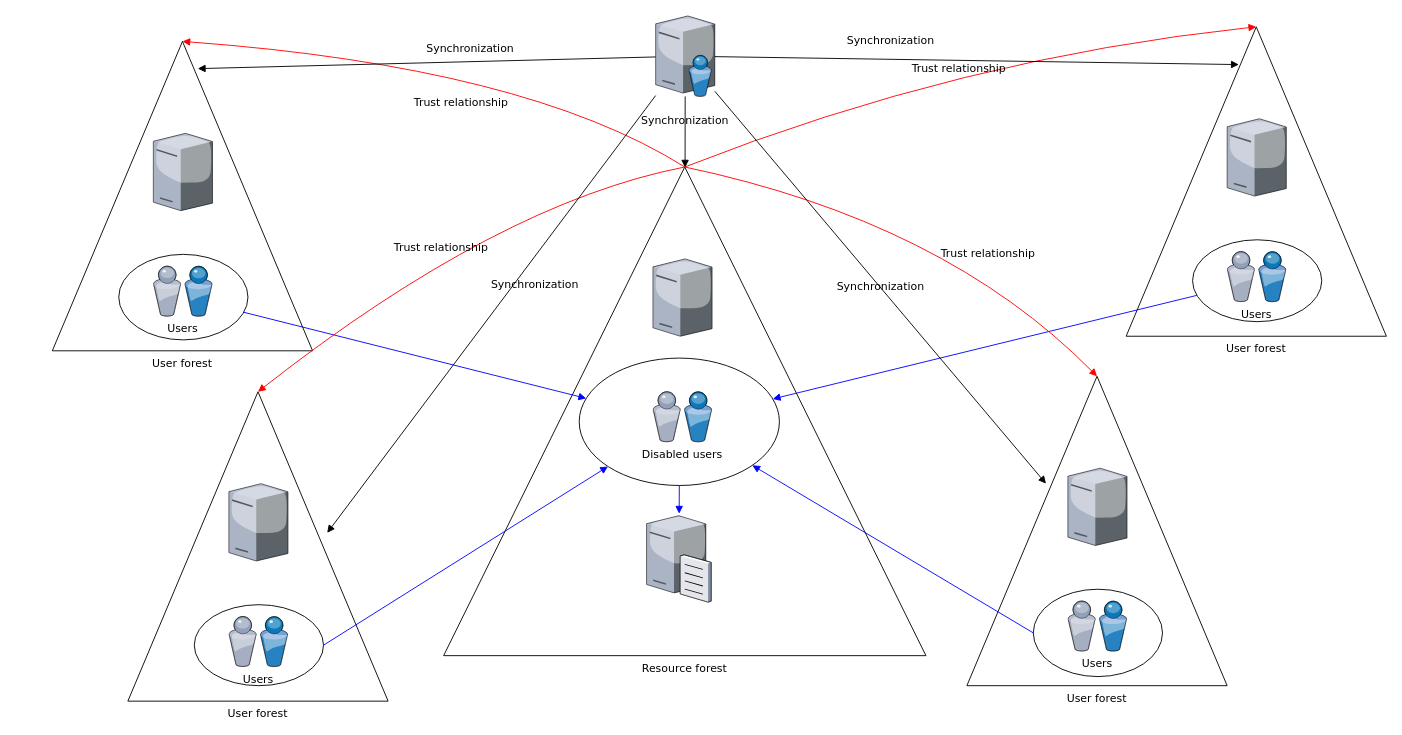
Above: Diagrama sin título.drawio in jjjjose/benja (draw.io), before the change. Source tidied: cells renumbered, new cells numbered last; positions are measured from the earlier drawing's top-left corner, leaving out a move shared by most shapes. Both pictures are drawn from the tidied source at 91%, with x=0, y=0 at pixel (52, 15). Pictures stored in the file or linked from it are replaced by grey dashed boxes.
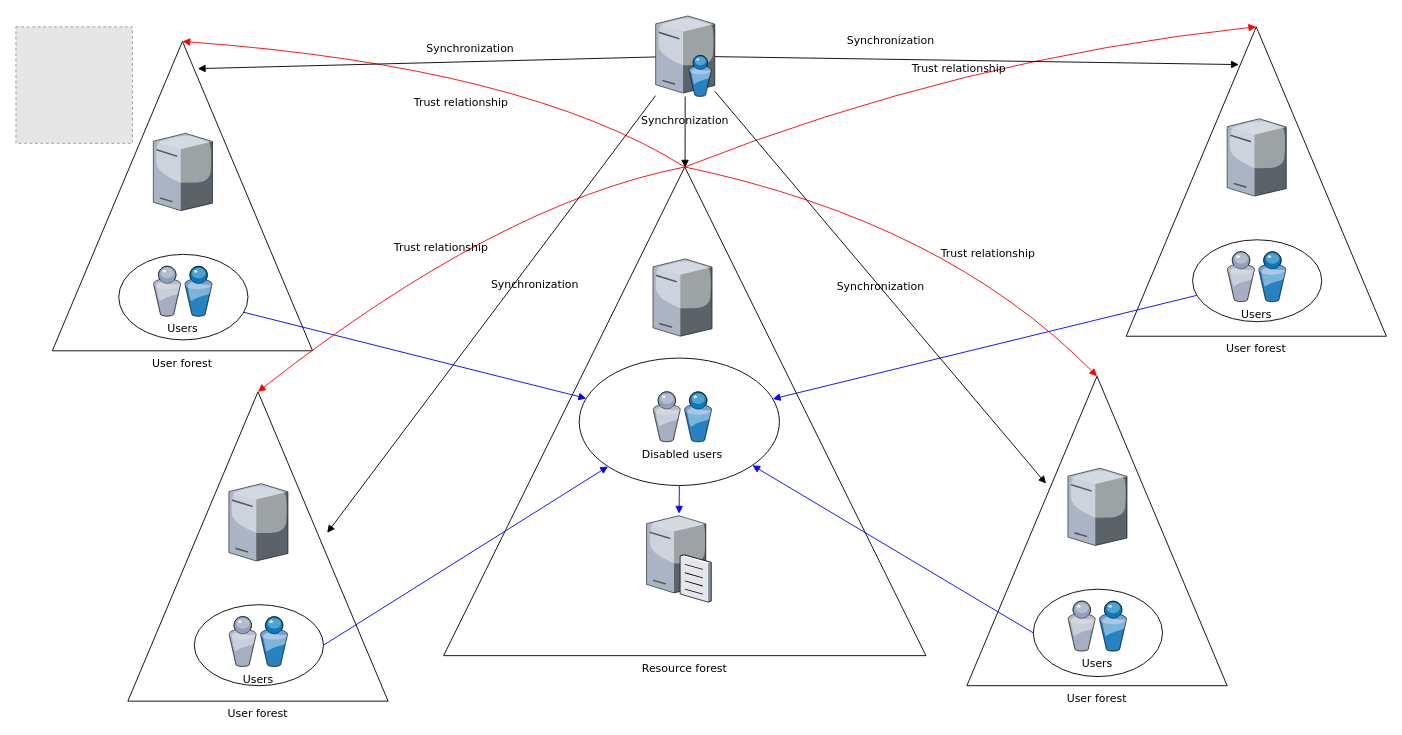
Above is the later version.

The edit, as a diff of the source:
```diff
@@
+    <mxCell id="38" style="fillColor=#E6E6E6;strokeColor=#999999;dashed=1;html=1;verticalAlign=top;verticalLabelPosition=bottom;labelBackgroundColor=#ffffff;" parent="1" vertex="1">
+      <mxGeometry x="-40" y="12" width="128" height="128" as="geometry" />
+    </mxCell>
```
